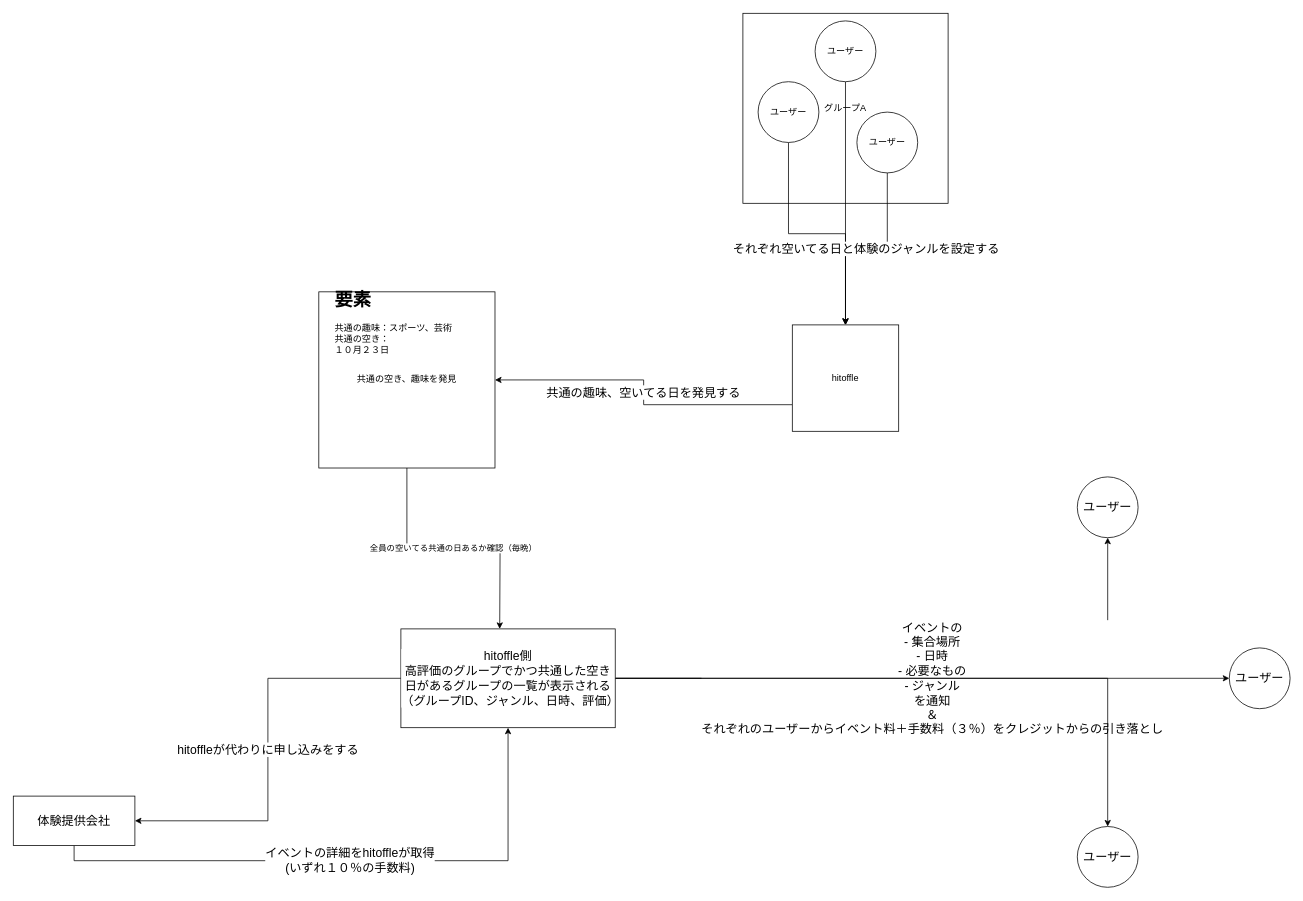
Before: UserFlow.drawio in hitoffle/diagrams, a draw.io diagram. Source tidied: cells renumbered, new cells numbered last; positions are measured from the earlier drawing's top-left corner, leaving out a move shared by most shapes. Both pictures are drawn from the tidied source at 76%, with x=0, y=0 at pixel (13, 13).
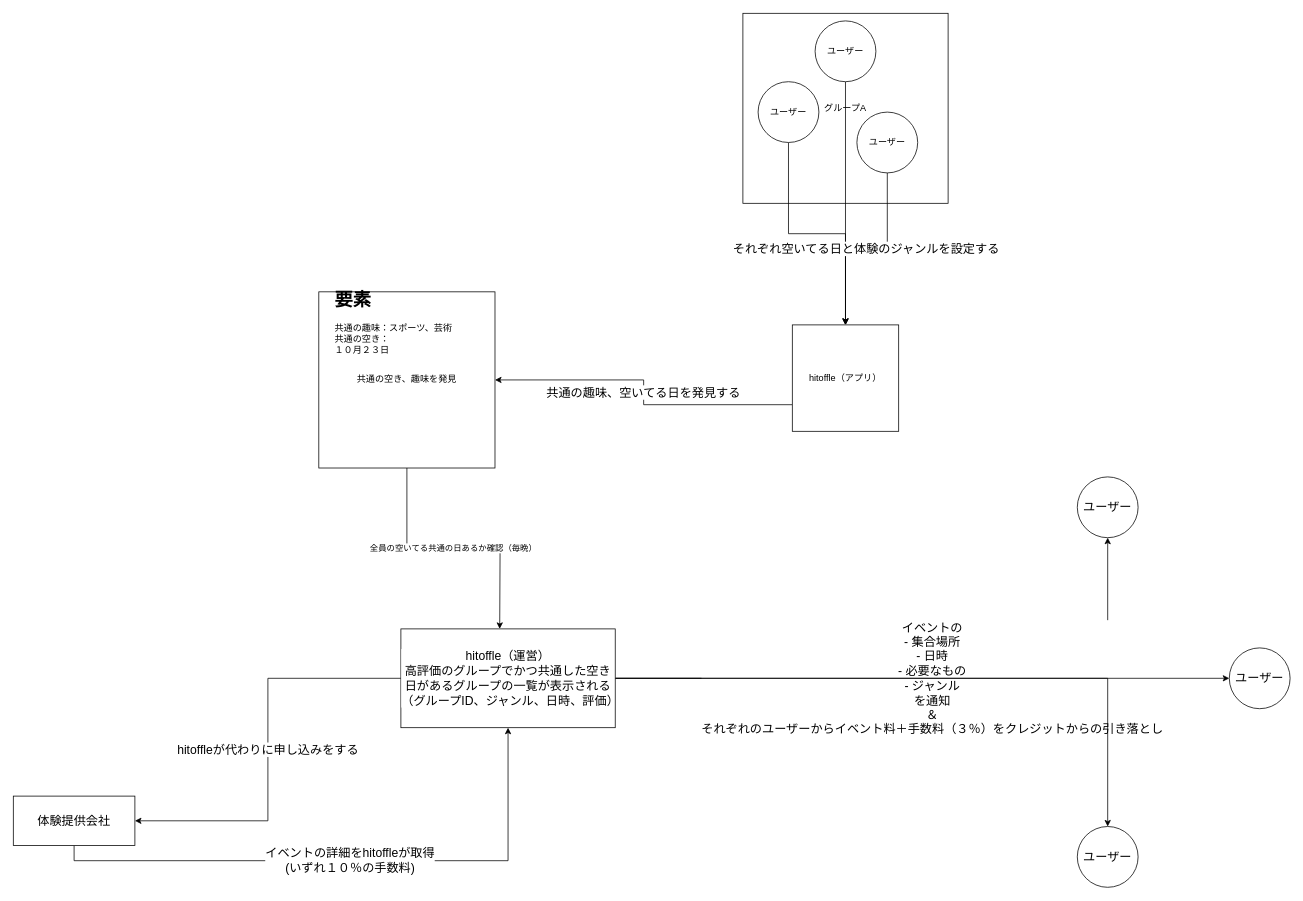
The same page after the edit.

Diff of the diagram source:
```diff
@@
-    <mxCell id="4" value="hitoffle" style="whiteSpace=wrap;html=1;" parent="1" vertex="1">
+    <mxCell id="4" value="hitoffle（アプリ）" style="whiteSpace=wrap;html=1;" parent="1" vertex="1">
       <mxGeometry x="1025" y="410" width="140" height="140" as="geometry" />
     </mxCell>
@@
-    <mxCell id="21" value="hitoffle側&lt;br&gt;高評価のグループでかつ共通した空き日があるグループの一覧が表示される&lt;br&gt;（グループID、ジャンル、日時、評価）" style="rounded=0;whiteSpace=wrap;html=1;labelBackgroundColor=#FFFFFF;fontSize=16;fillColor=#FFFFFF;" parent="1" vertex="1">
+    <mxCell id="21" value="hitoffle（運営）&lt;br&gt;高評価のグループでかつ共通した空き日があるグループの一覧が表示される&lt;br&gt;（グループID、ジャンル、日時、評価）" style="rounded=0;whiteSpace=wrap;html=1;labelBackgroundColor=#FFFFFF;fontSize=16;fillColor=#FFFFFF;" parent="1" vertex="1">
       <mxGeometry x="510" y="810" width="282" height="130" as="geometry" />
     </mxCell>
```
